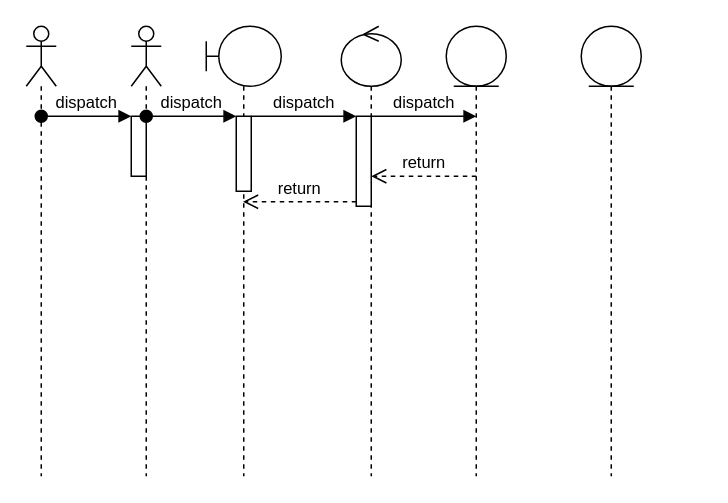
Before: Untitled Diagram.drawio in Green-Deo/Green1, a draw.io diagram. Source tidied: cells renumbered, new cells numbered last; positions are measured from the earlier drawing's top-left corner, leaving out a move shared by most shapes. Both pictures are drawn from the tidied source at 150%, with x=0, y=0 at pixel (26, 26).
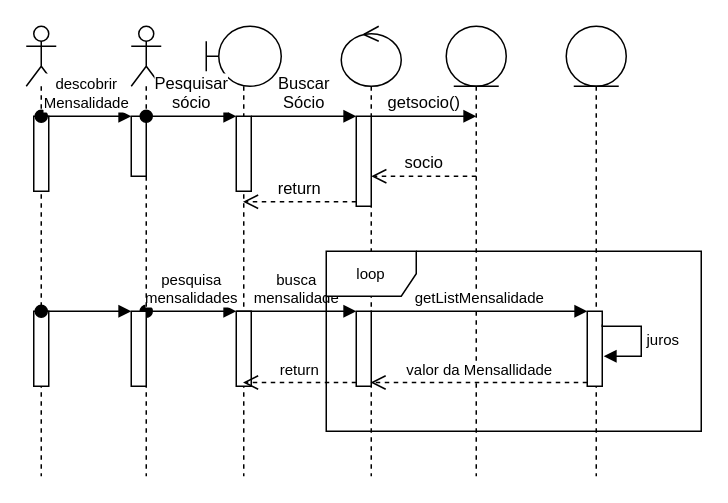
The same page after the edit.

Unchanged cells that the change refers to:
```xml
<mxCell id="2" style="shape=umlLifeline;participant=umlActor;perimeter=lifelinePerimeter;whiteSpace=wrap;html=1;verticalAlign=top;spacingTop=36;" parent="1" vertex="1">
  <mxGeometry width="20" height="300" as="geometry" />
</mxCell>
<mxCell id="3" style="shape=umlLifeline;participant=umlBoundary;perimeter=lifelinePerimeter;whiteSpace=wrap;html=1;verticalAlign=top;spacingTop=36;outlineConnect=0;" parent="1" vertex="1">
  <mxGeometry x="120" width="50" height="300" as="geometry" />
</mxCell>
<mxCell id="7" style="shape=umlLifeline;participant=umlControl;perimeter=lifelinePerimeter;whiteSpace=wrap;html=1;verticalAlign=top;spacingTop=36;outlineConnect=0;" parent="1" vertex="1">
  <mxGeometry x="210" width="40" height="300" as="geometry" />
</mxCell>
<mxCell id="8" style="html=1;points=[];perimeter=orthogonalPerimeter;" parent="1" vertex="1">
  <mxGeometry x="70" y="60" width="10" height="40" as="geometry" />
</mxCell>
<mxCell id="10" style="html=1;points=[];perimeter=orthogonalPerimeter;" parent="1" vertex="1">
  <mxGeometry x="140" y="60" width="10" height="50" as="geometry" />
</mxCell>
<mxCell id="12" style="html=1;points=[];perimeter=orthogonalPerimeter;" parent="1" vertex="1">
  <mxGeometry x="220" y="60" width="10" height="60" as="geometry" />
</mxCell>
```

What changed in the source:
```diff
@@
+    <mxCell id="17" style="html=1;perimeter=orthogonalPerimeter;fontSize=10;" parent="2" vertex="1">
+      <mxGeometry x="5" y="190" width="10" height="50" as="geometry" />
+    </mxCell>
+    <mxCell id="18" style="html=1;perimeter=orthogonalPerimeter;fontSize=10;" parent="2" vertex="1">
+      <mxGeometry x="5" y="60" width="10" height="50" as="geometry" />
+    </mxCell>
@@
+    <mxCell id="19" style="html=1;points=[];perimeter=orthogonalPerimeter;fontSize=10;" parent="3" vertex="1">
+      <mxGeometry x="20" y="190" width="10" height="50" as="geometry" />
+    </mxCell>
+    <mxCell id="20" value="pesquisa&lt;br&gt;mensalidades" style="html=1;verticalAlign=bottom;startArrow=oval;endArrow=block;startSize=8;rounded=0;fontSize=10;" parent="3" edge="1" target="19">
+      <mxGeometry relative="1" as="geometry">
+        <mxPoint x="-40" y="190" as="sourcePoint" />
+      </mxGeometry>
+    </mxCell>
@@
     <mxCell id="6" style="shape=umlLifeline;participant=umlEntity;perimeter=lifelinePerimeter;whiteSpace=wrap;html=1;verticalAlign=top;spacingTop=36;outlineConnect=0;" parent="1" vertex="1">
-      <mxGeometry x="370" width="40" height="300" as="geometry" />
+      <mxGeometry x="360" width="40" height="300" as="geometry" />
     </mxCell>
+    <mxCell id="21" style="html=1;points=[];perimeter=orthogonalPerimeter;fontSize=10;" parent="6" vertex="1">
+      <mxGeometry x="14" y="190" width="10" height="50" as="geometry" />
+    </mxCell>
@@
+    <mxCell id="22" style="html=1;points=[];perimeter=orthogonalPerimeter;fontSize=10;" parent="7" vertex="1">
+      <mxGeometry x="10" y="190" width="10" height="50" as="geometry" />
+    </mxCell>
+    <mxCell id="23" value="busca&lt;br&gt;mensalidade" style="html=1;verticalAlign=bottom;endArrow=block;entryX=0;entryY=0;rounded=0;fontSize=10;" parent="7" edge="1" target="22">
+      <mxGeometry relative="1" as="geometry">
+        <mxPoint x="-70" y="190" as="sourcePoint" />
+      </mxGeometry>
+    </mxCell>
@@
-    <mxCell id="9" value="dispatch" style="html=1;verticalAlign=bottom;startArrow=oval;endArrow=block;startSize=8;rounded=0;" parent="1" edge="1" target="8">
+    <mxCell id="9" value="&lt;font style=&quot;font-size: 10px;&quot;&gt;descobrir&lt;br&gt;Mensalidade&lt;/font&gt;" style="html=1;verticalAlign=bottom;startArrow=oval;endArrow=block;startSize=8;rounded=0;" parent="1" edge="1" target="8">
       <mxGeometry relative="1" as="geometry">
         <mxPoint x="10" y="60" as="sourcePoint" />
       </mxGeometry>
     </mxCell>
@@
-    <mxCell id="11" value="dispatch" style="html=1;verticalAlign=bottom;startArrow=oval;endArrow=block;startSize=8;rounded=0;" parent="1" edge="1" target="10">
+    <mxCell id="11" value="Pesquisar&lt;br&gt;sócio" style="html=1;verticalAlign=bottom;startArrow=oval;endArrow=block;startSize=8;rounded=0;" parent="1" edge="1" target="10">
       <mxGeometry relative="1" as="geometry">
         <mxPoint x="80" y="60" as="sourcePoint" />
       </mxGeometry>
     </mxCell>
@@
-    <mxCell id="13" value="dispatch" style="html=1;verticalAlign=bottom;endArrow=block;entryX=0;entryY=0;rounded=0;" parent="1" edge="1" target="12">
+    <mxCell id="13" value="Buscar&lt;br&gt;Sócio" style="html=1;verticalAlign=bottom;endArrow=block;entryX=0;entryY=0;rounded=0;" parent="1" edge="1" target="12">
       <mxGeometry relative="1" as="geometry">
         <mxPoint x="150" y="60" as="sourcePoint" />
       </mxGeometry>
     </mxCell>
@@
-    <mxCell id="15" value="dispatch" style="html=1;verticalAlign=bottom;endArrow=block;entryX=0;entryY=0;rounded=0;" parent="1" edge="1">
+    <mxCell id="15" value="getsocio()" style="html=1;verticalAlign=bottom;endArrow=block;entryX=0;entryY=0;rounded=0;" parent="1" edge="1">
       <mxGeometry relative="1" as="geometry">
         <mxPoint x="230" y="60" as="sourcePoint" />
         <mxPoint x="300" y="60" as="targetPoint" />
       </mxGeometry>
     </mxCell>
-    <mxCell id="16" value="return" style="html=1;verticalAlign=bottom;endArrow=open;dashed=1;endSize=8;exitX=0;exitY=0.95;rounded=0;" parent="1" edge="1">
+    <mxCell id="16" value="socio" style="html=1;verticalAlign=bottom;endArrow=open;dashed=1;endSize=8;exitX=0;exitY=0.95;rounded=0;" parent="1" edge="1">
       <mxGeometry relative="1" as="geometry">
         <mxPoint x="300" y="100" as="sourcePoint" />
         <mxPoint x="230" y="100" as="targetPoint" />
       </mxGeometry>
     </mxCell>
+    <mxCell id="24" style="html=1;points=[];perimeter=orthogonalPerimeter;fontSize=10;" parent="1" vertex="1">
+      <mxGeometry x="70" y="190" width="10" height="50" as="geometry" />
+    </mxCell>
+    <mxCell id="25" style="html=1;verticalAlign=bottom;startArrow=oval;endArrow=block;startSize=8;rounded=0;fontSize=10;" parent="1" edge="1" target="24">
+      <mxGeometry relative="1" as="geometry">
+        <mxPoint x="10" y="190" as="sourcePoint" />
+      </mxGeometry>
+    </mxCell>
+    <mxCell id="26" value="return" style="html=1;verticalAlign=bottom;endArrow=open;dashed=1;endSize=8;exitX=0;exitY=0.95;rounded=0;fontSize=10;" parent="1" edge="1" source="22" target="3">
+      <mxGeometry relative="1" as="geometry" />
+    </mxCell>
+    <mxCell id="27" value="getListMensalidade" style="html=1;verticalAlign=bottom;endArrow=block;entryX=0;entryY=0;rounded=0;fontSize=10;" parent="1" edge="1" source="7" target="21">
+      <mxGeometry relative="1" as="geometry" />
+    </mxCell>
+    <mxCell id="28" value="valor da Mensallidade" style="html=1;verticalAlign=bottom;endArrow=open;dashed=1;endSize=8;exitX=0;exitY=0.95;rounded=0;fontSize=10;" parent="1" edge="1" source="21" target="7">
+      <mxGeometry relative="1" as="geometry" />
+    </mxCell>
+    <mxCell id="29" value="juros" style="edgeStyle=orthogonalEdgeStyle;html=1;align=left;spacingLeft=2;endArrow=block;rounded=0;entryX=1;entryY=0;fontSize=10;exitX=0.6;exitY=0.663;exitDx=0;exitDy=0;exitPerimeter=0;" parent="1" edge="1" source="6">
+      <mxGeometry relative="1" as="geometry">
+        <mxPoint x="385" y="220" as="targetPoint" />
+        <Array as="points">
+          <mxPoint x="384" y="200" />
+          <mxPoint x="410" y="200" />
+          <mxPoint x="410" y="220" />
+        </Array>
+      </mxGeometry>
+    </mxCell>
+    <mxCell id="30" value="loop" style="shape=umlFrame;whiteSpace=wrap;html=1;fontSize=10;" parent="1" vertex="1">
+      <mxGeometry x="200" y="150" width="250" height="120" as="geometry" />
+    </mxCell>
```
